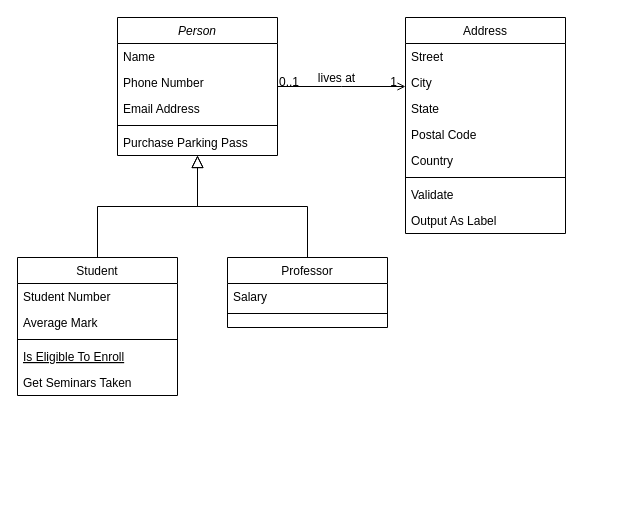
The draw.io diagram классов.drawio in Leewhocan/10_siaod, before the edit. Source tidied: cells renumbered, new cells numbered last; positions are measured from the earlier drawing's top-left corner, leaving out a move shared by most shapes. Both pictures are drawn from the tidied source at 100%, with x=0, y=0 at pixel (17, 17).
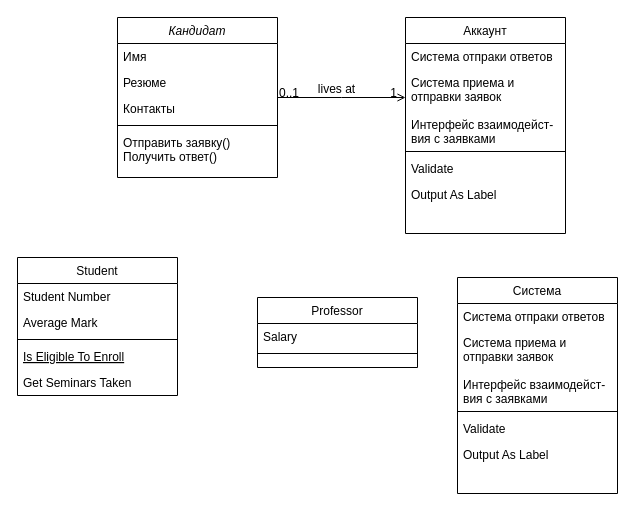
The same diagram, later.

Unchanged cells that the change refers to:
```xml
<mxCell id="8" value="Student" style="swimlane;fontStyle=0;align=center;verticalAlign=top;horizontal=1;startSize=26;rounded=0;shadow=0;strokeWidth=1;" parent="1" vertex="1">
  <mxGeometry y="240" width="160" height="138" as="geometry" />
</mxCell>
```

The edit, as a diff of the source:
```diff
@@
-    <mxCell id="2" value="Person" style="swimlane;fontStyle=2;align=center;verticalAlign=top;horizontal=1;startSize=26;rounded=0;shadow=0;strokeWidth=1;" parent="1" vertex="1">
-      <mxGeometry x="100" width="160" height="138" as="geometry" />
+    <mxCell id="2" value="Кандидат" style="swimlane;fontStyle=2;align=center;verticalAlign=top;horizontal=1;startSize=26;rounded=0;shadow=0;strokeWidth=1;" parent="1" vertex="1">
+      <mxGeometry x="100" width="160" height="160" as="geometry" />
     </mxCell>
-    <mxCell id="3" value="Name" style="text;align=left;verticalAlign=top;spacingLeft=4;spacingRight=4;overflow=hidden;" parent="2" vertex="1">
+    <mxCell id="3" value="Имя" style="text;align=left;verticalAlign=top;spacingLeft=4;spacingRight=4;overflow=hidden;" parent="2" vertex="1">
       <mxGeometry y="26" width="160" height="26" as="geometry" />
     </mxCell>
-    <mxCell id="4" value="Phone Number" style="text;align=left;verticalAlign=top;spacingLeft=4;spacingRight=4;overflow=hidden;rounded=0;shadow=0;html=0;" parent="2" vertex="1">
+    <mxCell id="4" value="Резюме" style="text;align=left;verticalAlign=top;spacingLeft=4;spacingRight=4;overflow=hidden;rounded=0;shadow=0;html=0;" parent="2" vertex="1">
       <mxGeometry y="52" width="160" height="26" as="geometry" />
     </mxCell>
-    <mxCell id="5" value="Email Address" style="text;align=left;verticalAlign=top;spacingLeft=4;spacingRight=4;overflow=hidden;rounded=0;shadow=0;html=0;" parent="2" vertex="1">
+    <mxCell id="5" value="Контакты" style="text;align=left;verticalAlign=top;spacingLeft=4;spacingRight=4;overflow=hidden;rounded=0;shadow=0;html=0;" parent="2" vertex="1">
       <mxGeometry y="78" width="160" height="26" as="geometry" />
     </mxCell>
@@
-    <mxCell id="7" value="Purchase Parking Pass" style="text;align=left;verticalAlign=top;spacingLeft=4;spacingRight=4;overflow=hidden;" parent="2" vertex="1">
-      <mxGeometry y="112" width="160" height="26" as="geometry" />
+    <mxCell id="7" value="Отправить заявку()&#10;Получить ответ()&#10;" style="text;align=left;verticalAlign=top;spacingLeft=4;spacingRight=4;overflow=hidden;" parent="2" vertex="1">
+      <mxGeometry y="112" width="160" height="48" as="geometry" />
     </mxCell>
@@
-    <mxCell id="14" style="endArrow=block;endSize=10;endFill=0;shadow=0;strokeWidth=1;rounded=0;edgeStyle=elbowEdgeStyle;elbow=vertical;" parent="1" edge="1" source="8" target="2">
-      <mxGeometry relative="1" as="geometry" />
-    </mxCell>
     <mxCell id="15" value="Professor" style="swimlane;fontStyle=0;align=center;verticalAlign=top;horizontal=1;startSize=26;rounded=0;shadow=0;strokeWidth=1;" parent="1" vertex="1">
-      <mxGeometry x="210" y="240" width="160" height="70" as="geometry" />
+      <mxGeometry x="240" y="280" width="160" height="70" as="geometry" />
     </mxCell>
@@
-    <mxCell id="18" style="endArrow=block;endSize=10;endFill=0;shadow=0;strokeWidth=1;rounded=0;edgeStyle=elbowEdgeStyle;elbow=vertical;" parent="1" edge="1" source="15" target="2">
-      <mxGeometry relative="1" as="geometry" />
-    </mxCell>
-    <mxCell id="19" value="Address" style="swimlane;fontStyle=0;align=center;verticalAlign=top;horizontal=1;startSize=26;rounded=0;shadow=0;strokeWidth=1;" parent="1" vertex="1">
+    <mxCell id="19" value="Аккаунт" style="swimlane;fontStyle=0;align=center;verticalAlign=top;horizontal=1;startSize=26;rounded=0;shadow=0;strokeWidth=1;" parent="1" vertex="1">
       <mxGeometry x="388" width="160" height="216" as="geometry" />
     </mxCell>
-    <mxCell id="20" value="Street" style="text;align=left;verticalAlign=top;spacingLeft=4;spacingRight=4;overflow=hidden;" parent="19" vertex="1">
+    <mxCell id="20" value="Система отпраки ответов" style="text;align=left;verticalAlign=top;spacingLeft=4;spacingRight=4;overflow=hidden;" parent="19" vertex="1">
       <mxGeometry y="26" width="160" height="26" as="geometry" />
     </mxCell>
-    <mxCell id="21" value="City" style="text;align=left;verticalAlign=top;spacingLeft=4;spacingRight=4;overflow=hidden;rounded=0;shadow=0;html=0;" parent="19" vertex="1">
-      <mxGeometry y="52" width="160" height="26" as="geometry" />
+    <mxCell id="21" value="Система приема и &#10;отправки заявок&#10;&#10;Интерфейс взаимодейст-&#10;вия с заявками" style="text;align=left;verticalAlign=top;spacingLeft=4;spacingRight=4;overflow=hidden;rounded=0;shadow=0;html=0;" parent="19" vertex="1">
+      <mxGeometry y="52" width="160" height="78" as="geometry" />
     </mxCell>
-    <mxCell id="22" value="State" style="text;align=left;verticalAlign=top;spacingLeft=4;spacingRight=4;overflow=hidden;rounded=0;shadow=0;html=0;" parent="19" vertex="1">
-      <mxGeometry y="78" width="160" height="26" as="geometry" />
-    </mxCell>
-    <mxCell id="23" value="Postal Code" style="text;align=left;verticalAlign=top;spacingLeft=4;spacingRight=4;overflow=hidden;rounded=0;shadow=0;html=0;" parent="19" vertex="1">
-      <mxGeometry y="104" width="160" height="26" as="geometry" />
-    </mxCell>
-    <mxCell id="24" value="Country" style="text;align=left;verticalAlign=top;spacingLeft=4;spacingRight=4;overflow=hidden;rounded=0;shadow=0;html=0;" parent="19" vertex="1">
-      <mxGeometry y="130" width="160" height="26" as="geometry" />
-    </mxCell>
     <mxCell id="25" style="line;html=1;strokeWidth=1;align=left;verticalAlign=middle;spacingTop=-1;spacingLeft=3;spacingRight=3;labelPosition=right;" parent="19" vertex="1">
-      <mxGeometry y="156" width="160" height="8" as="geometry" />
+      <mxGeometry y="130" width="160" height="8" as="geometry" />
     </mxCell>
     <mxCell id="26" value="Validate" style="text;align=left;verticalAlign=top;spacingLeft=4;spacingRight=4;overflow=hidden;" parent="19" vertex="1">
-      <mxGeometry y="164" width="160" height="26" as="geometry" />
+      <mxGeometry y="138" width="160" height="26" as="geometry" />
     </mxCell>
     <mxCell id="27" value="Output As Label" style="text;align=left;verticalAlign=top;spacingLeft=4;spacingRight=4;overflow=hidden;" parent="19" vertex="1">
-      <mxGeometry y="190" width="160" height="26" as="geometry" />
+      <mxGeometry y="164" width="160" height="26" as="geometry" />
     </mxCell>
@@
+    <mxCell id="32" value="Система" style="swimlane;fontStyle=0;align=center;verticalAlign=top;horizontal=1;startSize=26;rounded=0;shadow=0;strokeWidth=1;" parent="1" vertex="1">
+      <mxGeometry x="440" y="260" width="160" height="216" as="geometry" />
+    </mxCell>
+    <mxCell id="33" value="Система отпраки ответов" style="text;align=left;verticalAlign=top;spacingLeft=4;spacingRight=4;overflow=hidden;" parent="32" vertex="1">
+      <mxGeometry y="26" width="160" height="26" as="geometry" />
+    </mxCell>
+    <mxCell id="34" value="Система приема и &#10;отправки заявок&#10;&#10;Интерфейс взаимодейст-&#10;вия с заявками" style="text;align=left;verticalAlign=top;spacingLeft=4;spacingRight=4;overflow=hidden;rounded=0;shadow=0;html=0;" parent="32" vertex="1">
+      <mxGeometry y="52" width="160" height="78" as="geometry" />
+    </mxCell>
+    <mxCell id="35" style="line;html=1;strokeWidth=1;align=left;verticalAlign=middle;spacingTop=-1;spacingLeft=3;spacingRight=3;labelPosition=right;" parent="32" vertex="1">
+      <mxGeometry y="130" width="160" height="8" as="geometry" />
+    </mxCell>
+    <mxCell id="36" value="Validate" style="text;align=left;verticalAlign=top;spacingLeft=4;spacingRight=4;overflow=hidden;" parent="32" vertex="1">
+      <mxGeometry y="138" width="160" height="26" as="geometry" />
+    </mxCell>
+    <mxCell id="37" value="Output As Label" style="text;align=left;verticalAlign=top;spacingLeft=4;spacingRight=4;overflow=hidden;" parent="32" vertex="1">
+      <mxGeometry y="164" width="160" height="26" as="geometry" />
+    </mxCell>
```
